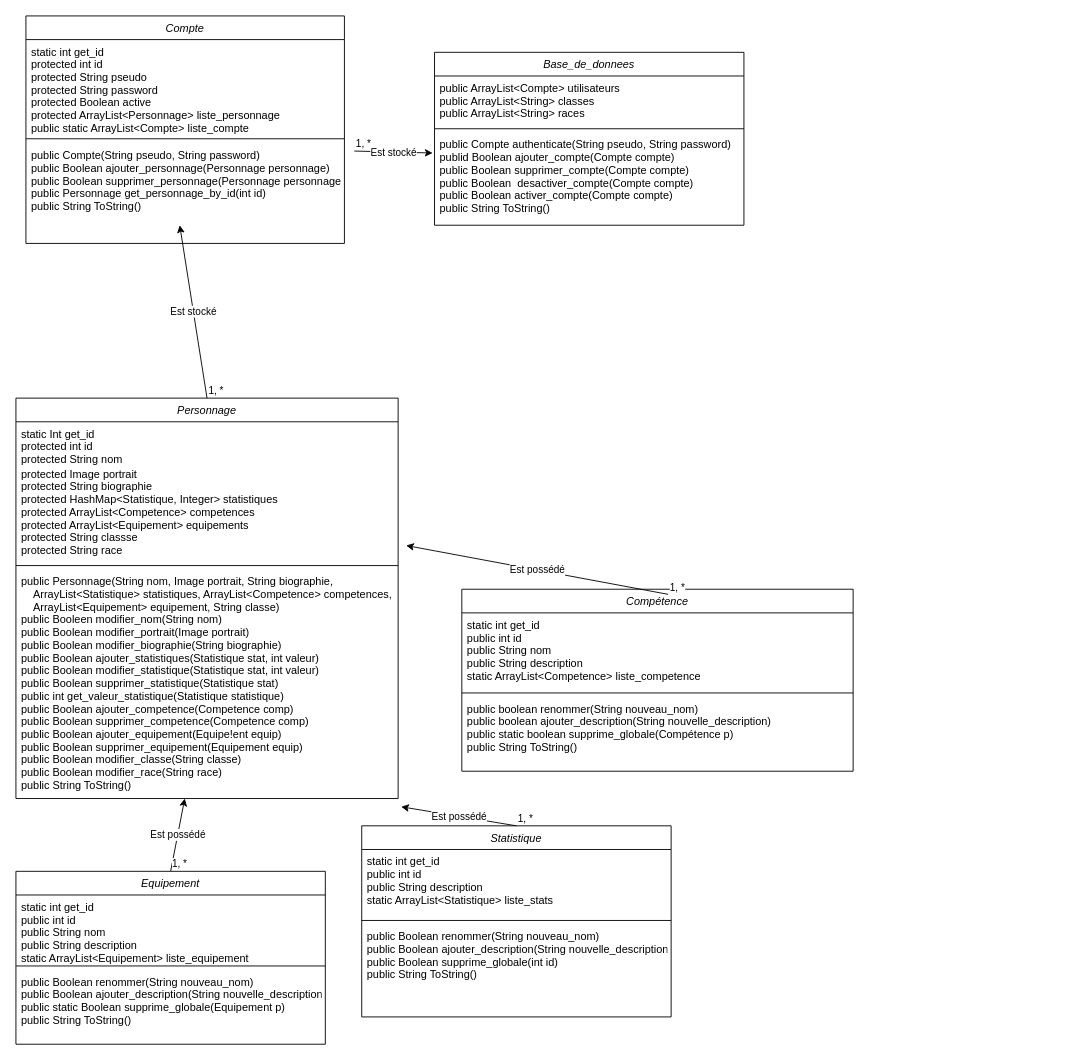
This is compte_rendu/séance 8/UML.drawio from Clement-soulier/L3-Fiche_personnage, a draw.io file, before an edit. Source tidied: cells renumbered, new cells numbered last; positions are measured from the earlier drawing's top-left corner, leaving out a move shared by most shapes. Both pictures are drawn from the tidied source at 91%, with x=0, y=0 at pixel (15, 15).
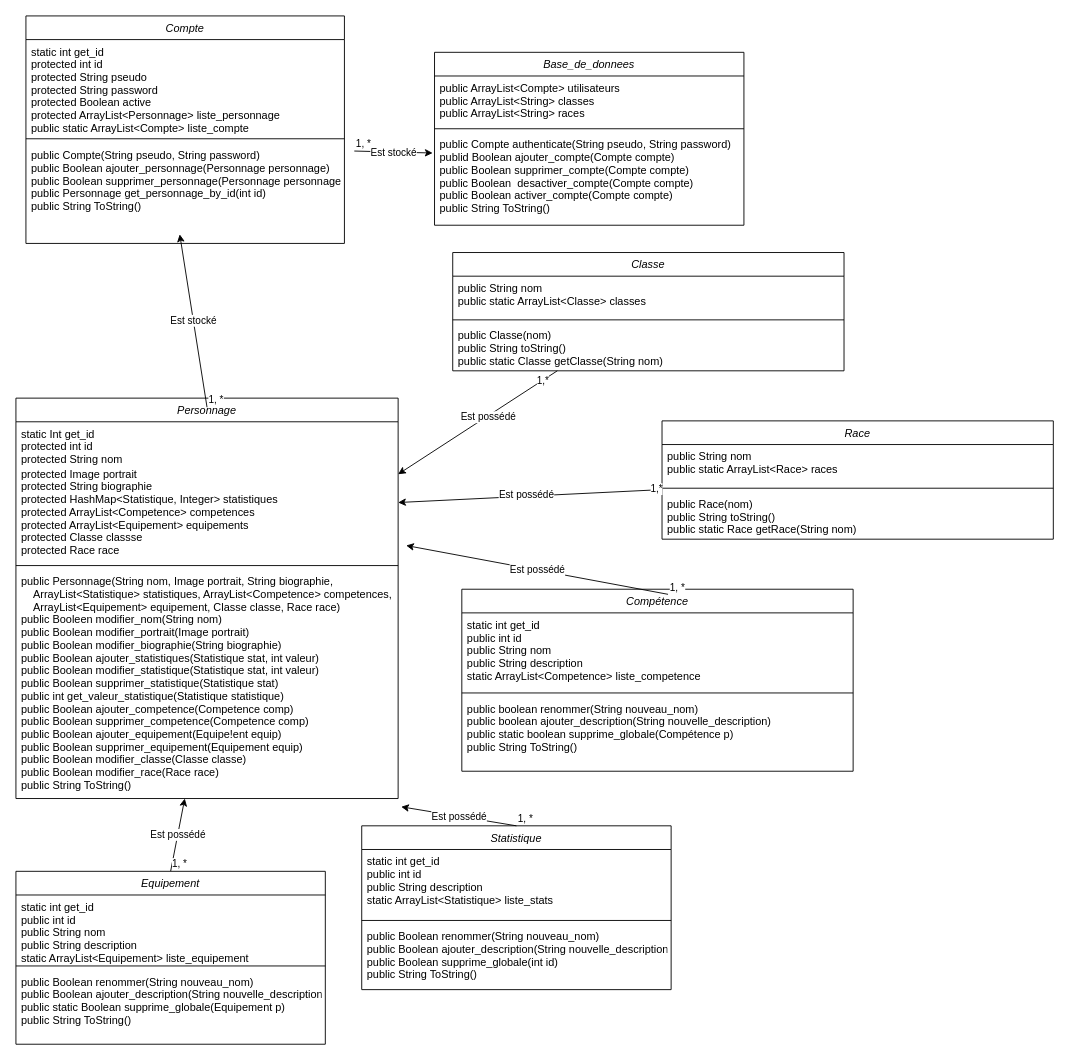
The same page after the edit.

Commit message:
Màj UML

The change refers to these unchanged cells:
```xml
<mxCell id="10" value="Personnage" style="swimlane;fontStyle=2;align=center;verticalAlign=top;horizontal=1;startSize=26;rounded=0;shadow=0;strokeWidth=1;" parent="1" vertex="1">
  <mxGeometry y="420" width="420" height="440" as="geometry" />
</mxCell>
```

Diff of the diagram source:
```diff
@@
-    <mxCell id="12" value="protected Image portrait&#10;protected String biographie&#10;protected HashMap&lt;Statistique, Integer&gt; statistiques&#10;protected ArrayList&lt;Competence&gt; competences&#10;protected ArrayList&lt;Equipement&gt; equipements&#10;protected String classse&#10;protected String race&#10; &#10;" style="text;align=left;verticalAlign=top;spacingLeft=4;spacingRight=4;overflow=hidden;points=[[0,0.5],[1,0.5]];portConstraint=eastwest;rounded=0;shadow=0;html=0;" parent="10" vertex="1">
+    <mxCell id="12" value="protected Image portrait&#10;protected String biographie&#10;protected HashMap&lt;Statistique, Integer&gt; statistiques&#10;protected ArrayList&lt;Competence&gt; competences&#10;protected ArrayList&lt;Equipement&gt; equipements&#10;protected Classe classse&#10;protected Race race&#10; &#10;" style="text;align=left;verticalAlign=top;spacingLeft=4;spacingRight=4;overflow=hidden;points=[[0,0.5],[1,0.5]];portConstraint=eastwest;rounded=0;shadow=0;html=0;" parent="10" vertex="1">
       <mxGeometry y="70" width="420" height="110" as="geometry" />
     </mxCell>
@@
-    <mxCell id="14" value="public Personnage(String nom, Image portrait, String biographie,&#10;    ArrayList&lt;Statistique&gt; statistiques, ArrayList&lt;Competence&gt; competences,&#10;    ArrayList&lt;Equipement&gt; equipement, String classe)&#10;public Booleen modifier_nom(String nom)&#10;public Boolean modifier_portrait(Image portrait)&#10;public Boolean modifier_biographie(String biographie)&#10;public Boolean ajouter_statistiques(Statistique stat, int valeur)&#10;public Boolean modifier_statistique(Statistique stat, int valeur)&#10;public Boolean supprimer_statistique(Statistique stat)&#10;public int get_valeur_statistique(Statistique statistique)&#10;public Boolean ajouter_competence(Competence comp)&#10;public Boolean supprimer_competence(Competence comp)&#10;public Boolean ajouter_equipement(Equipe!ent equip)&#10;public Boolean supprimer_equipement(Equipement equip)&#10;public Boolean modifier_classe(String classe)&#10;public Boolean modifier_race(String race)&#10;public String ToString()" style="text;align=left;verticalAlign=top;spacingLeft=4;spacingRight=4;overflow=hidden;points=[[0,0.5],[1,0.5]];portConstraint=eastwest;" parent="10" vertex="1">
+    <mxCell id="14" value="public Personnage(String nom, Image portrait, String biographie,&#10;    ArrayList&lt;Statistique&gt; statistiques, ArrayList&lt;Competence&gt; competences,&#10;    ArrayList&lt;Equipement&gt; equipement, Classe classe, Race race)&#10;public Booleen modifier_nom(String nom)&#10;public Boolean modifier_portrait(Image portrait)&#10;public Boolean modifier_biographie(String biographie)&#10;public Boolean ajouter_statistiques(Statistique stat, int valeur)&#10;public Boolean modifier_statistique(Statistique stat, int valeur)&#10;public Boolean supprimer_statistique(Statistique stat)&#10;public int get_valeur_statistique(Statistique statistique)&#10;public Boolean ajouter_competence(Competence comp)&#10;public Boolean supprimer_competence(Competence comp)&#10;public Boolean ajouter_equipement(Equipe!ent equip)&#10;public Boolean supprimer_equipement(Equipement equip)&#10;public Boolean modifier_classe(Classe classe)&#10;public Boolean modifier_race(Race race)&#10;public String ToString()" style="text;align=left;verticalAlign=top;spacingLeft=4;spacingRight=4;overflow=hidden;points=[[0,0.5],[1,0.5]];portConstraint=eastwest;" parent="10" vertex="1">
       <mxGeometry y="188" width="420" height="252" as="geometry" />
     </mxCell>
@@
     <mxCell id="19" value="Statistique" style="swimlane;fontStyle=2;align=center;verticalAlign=top;horizontal=1;startSize=26;rounded=0;shadow=0;strokeWidth=1;" parent="1" vertex="1">
-      <mxGeometry x="380" y="890" width="340" height="210" as="geometry" />
+      <mxGeometry x="380" y="890" width="340" height="180" as="geometry" />
     </mxCell>
@@
     <mxCell id="22" value="public Boolean renommer(String nouveau_nom)&#10;public Boolean ajouter_description(String nouvelle_description)&#10;public Boolean supprime_globale(int id)&#10;public String ToString()" style="text;align=left;verticalAlign=top;spacingLeft=4;spacingRight=4;overflow=hidden;" parent="19" vertex="1">
-      <mxGeometry y="108" width="340" height="102" as="geometry" />
+      <mxGeometry y="108" width="340" height="72" as="geometry" />
     </mxCell>
@@
-    <mxCell id="26" value="Est stocké" style="endArrow=classic;html=1;rounded=0;exitX=0.5;exitY=0;exitDx=0;exitDy=0;" parent="1" edge="1" source="10">
-      <mxGeometry relative="1" as="geometry">
-        <mxPoint x="180" y="230" as="targetPoint" />
-      </mxGeometry>
-    </mxCell>
-    <mxCell id="27" value="1, *" style="edgeLabel;html=1;align=left;verticalAlign=bottom;" parent="26" vertex="1">
-      <mxGeometry x="-1" relative="1" as="geometry" />
-    </mxCell>
-    <mxCell id="28" value="&lt;div&gt;&lt;br&gt;&lt;/div&gt;&lt;div&gt;&lt;br&gt;&lt;/div&gt;" style="edgeLabel;html=1;align=right;verticalAlign=bottom;" parent="26" vertex="1">
-      <mxGeometry x="1" relative="1" as="geometry" />
-    </mxCell>
@@
+    <mxCell id="42" value="Classe" style="swimlane;fontStyle=2;align=center;verticalAlign=top;horizontal=1;startSize=26;rounded=0;shadow=0;strokeWidth=1;" parent="1" vertex="1">
+      <mxGeometry x="480" y="260" width="430" height="130" as="geometry" />
+    </mxCell>
+    <mxCell id="43" value="public String nom&#10;public static ArrayList&lt;Classe&gt; classes" style="text;align=left;verticalAlign=top;spacingLeft=4;spacingRight=4;overflow=hidden;" parent="42" vertex="1">
+      <mxGeometry y="26" width="430" height="44" as="geometry" />
+    </mxCell>
+    <mxCell id="44" style="line;html=1;strokeWidth=1;align=left;verticalAlign=middle;spacingTop=-1;spacingLeft=3;spacingRight=3;labelPosition=right;" parent="42" vertex="1">
+      <mxGeometry y="70" width="430" height="8" as="geometry" />
+    </mxCell>
+    <mxCell id="45" value="public Classe(nom)&#10;public String toString()&#10;public static Classe getClasse(String nom)" style="text;align=left;verticalAlign=top;spacingLeft=4;spacingRight=4;overflow=hidden;" parent="42" vertex="1">
+      <mxGeometry y="78" width="430" height="52" as="geometry" />
+    </mxCell>
+    <mxCell id="46" value="Race" style="swimlane;fontStyle=2;align=center;verticalAlign=top;horizontal=1;startSize=26;rounded=0;shadow=0;strokeWidth=1;" parent="1" vertex="1">
+      <mxGeometry x="710" y="445" width="430" height="130" as="geometry" />
+    </mxCell>
+    <mxCell id="47" value="public String nom&#10;public static ArrayList&lt;Race&gt; races" style="text;align=left;verticalAlign=top;spacingLeft=4;spacingRight=4;overflow=hidden;" parent="46" vertex="1">
+      <mxGeometry y="26" width="430" height="44" as="geometry" />
+    </mxCell>
+    <mxCell id="48" style="line;html=1;strokeWidth=1;align=left;verticalAlign=middle;spacingTop=-1;spacingLeft=3;spacingRight=3;labelPosition=right;" parent="46" vertex="1">
+      <mxGeometry y="70" width="430" height="8" as="geometry" />
+    </mxCell>
+    <mxCell id="49" value="public Race(nom)&#10;public String toString()&#10;public static Race getRace(String nom)" style="text;align=left;verticalAlign=top;spacingLeft=4;spacingRight=4;overflow=hidden;" parent="46" vertex="1">
+      <mxGeometry y="78" width="430" height="52" as="geometry" />
+    </mxCell>
+    <mxCell id="50" style="endArrow=classic;html=1;rounded=0;" parent="1" edge="1" source="46" target="12">
+      <mxGeometry relative="1" as="geometry" />
+    </mxCell>
+    <mxCell id="51" value="Est possédé" style="edgeLabel;html=1;align=center;verticalAlign=middle;" parent="50" vertex="1">
+      <mxGeometry x="0.03" y="-2" relative="1" as="geometry" />
+    </mxCell>
+    <mxCell id="52" value="1,*" style="edgeLabel;html=1;align=center;verticalAlign=middle;" parent="50" vertex="1">
+      <mxGeometry x="-0.96" y="-1" relative="1" as="geometry" />
+    </mxCell>
+    <mxCell id="53" style="endArrow=classic;html=1;rounded=0;" parent="1" edge="1" source="42" target="10">
+      <mxGeometry relative="1" as="geometry" />
+    </mxCell>
+    <mxCell id="54" value="&lt;div&gt;Est possédé&lt;/div&gt;" style="edgeLabel;html=1;align=center;verticalAlign=middle;" parent="53" vertex="1">
+      <mxGeometry x="-0.12" y="1" relative="1" as="geometry" />
+    </mxCell>
+    <mxCell id="55" value="1,*" style="edgeLabel;html=1;align=center;verticalAlign=middle;" parent="53" vertex="1">
+      <mxGeometry x="-0.82" relative="1" as="geometry" />
+    </mxCell>
+    <mxCell id="26" value="Est stocké" style="endArrow=classic;html=1;rounded=0;exitX=0.5;exitY=0;exitDx=0;exitDy=0;" parent="1" edge="1">
+      <mxGeometry relative="1" as="geometry">
+        <mxPoint x="210" y="430" as="sourcePoint" />
+        <mxPoint x="180" y="240" as="targetPoint" />
+        <Array as="points">
+          <mxPoint x="180" y="240" />
+        </Array>
+      </mxGeometry>
+    </mxCell>
+    <mxCell id="27" value="1, *" style="edgeLabel;html=1;align=left;verticalAlign=bottom;" parent="26" vertex="1">
+      <mxGeometry x="-1" relative="1" as="geometry" />
+    </mxCell>
+    <mxCell id="28" value="&lt;div&gt;&lt;br&gt;&lt;/div&gt;&lt;div&gt;&lt;br&gt;&lt;/div&gt;" style="edgeLabel;html=1;align=right;verticalAlign=bottom;" parent="26" vertex="1">
+      <mxGeometry x="1" relative="1" as="geometry" />
+    </mxCell>
```
